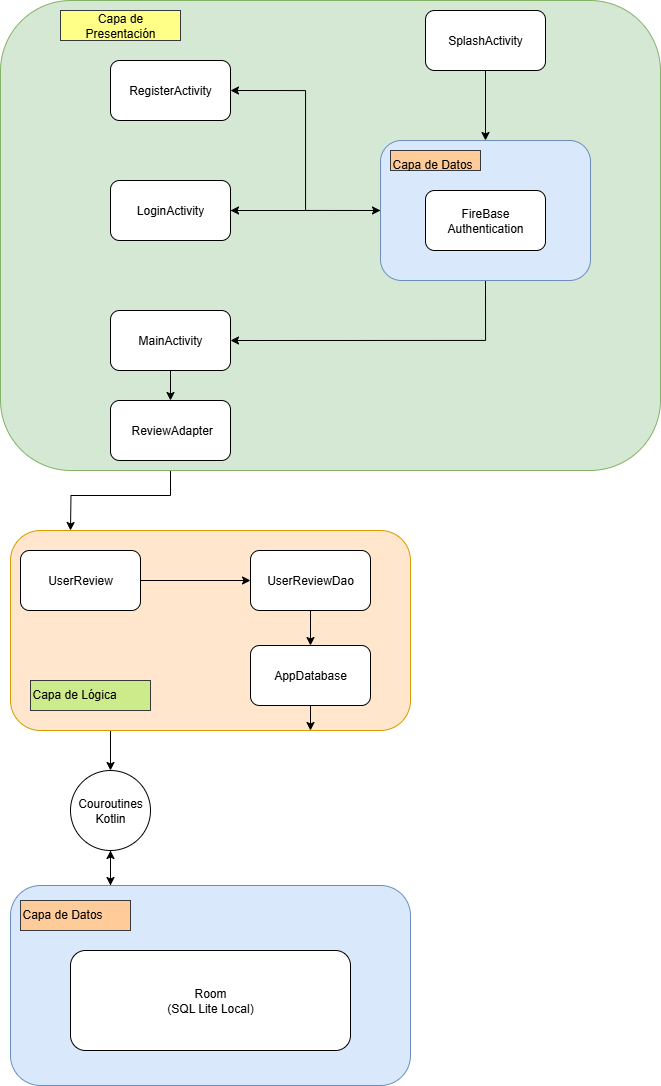
The draw.io diagram Diagrama De Clases/diagrama de arquitectura.png in marcosgb9/MyList, before a commit. Source tidied: cells renumbered, new cells last; positions are measured from the earlier drawing's top-left corner, leaving out a move shared by most shapes. Source of this version:
```xml
<mxGraphModel>
  <root>
    <mxCell id="0" />
    <mxCell id="1" parent="0" />
    <mxCell id="2" style="edgeStyle=orthogonalEdgeStyle;rounded=0;jettySize=auto;html=1;exitX=0.25;exitY=0;exitDx=0;exitDy=0;entryX=0.5;entryY=1;entryDx=0;entryDy=0;" parent="1" edge="1" source="3" target="13">
      <mxGeometry relative="1" as="geometry" />
    </mxCell>
    <mxCell id="3" style="rounded=1;whiteSpace=wrap;html=1;fillColor=#dae8fc;strokeColor=#6c8ebf;" parent="1" vertex="1">
      <mxGeometry x="10" y="885" width="400" height="200" as="geometry" />
    </mxCell>
    <mxCell id="4" style="edgeStyle=orthogonalEdgeStyle;rounded=0;jettySize=auto;html=1;exitX=0.25;exitY=1;exitDx=0;exitDy=0;entryX=0.5;entryY=0;entryDx=0;entryDy=0;" parent="1" edge="1" source="5" target="13">
      <mxGeometry relative="1" as="geometry" />
    </mxCell>
    <mxCell id="5" style="rounded=1;whiteSpace=wrap;html=1;fillColor=#ffe6cc;strokeColor=#d79b00;" parent="1" vertex="1">
      <mxGeometry x="10" y="530" width="400" height="200" as="geometry" />
    </mxCell>
    <mxCell id="6" style="edgeStyle=orthogonalEdgeStyle;rounded=0;jettySize=auto;html=1;exitX=1;exitY=0.5;exitDx=0;exitDy=0;entryX=0;entryY=0.5;entryDx=0;entryDy=0;" parent="1" edge="1" source="7" target="9">
      <mxGeometry relative="1" as="geometry" />
    </mxCell>
    <mxCell id="7" value="UserReview" style="rounded=1;whiteSpace=wrap;html=1;" parent="1" vertex="1">
      <mxGeometry x="20" y="550" width="120" height="60" as="geometry" />
    </mxCell>
    <mxCell id="8" style="edgeStyle=orthogonalEdgeStyle;rounded=0;jettySize=auto;html=1;entryX=0.5;entryY=0;entryDx=0;entryDy=0;" parent="1" edge="1" source="9" target="11">
      <mxGeometry relative="1" as="geometry" />
    </mxCell>
    <mxCell id="9" value="UserReviewDao" style="rounded=1;whiteSpace=wrap;html=1;" parent="1" vertex="1">
      <mxGeometry x="250" y="550" width="120" height="60" as="geometry" />
    </mxCell>
    <mxCell id="10" style="edgeStyle=orthogonalEdgeStyle;rounded=0;jettySize=auto;html=1;exitX=0.5;exitY=1;exitDx=0;exitDy=0;entryX=0.75;entryY=1;entryDx=0;entryDy=0;" parent="1" edge="1" source="11" target="5">
      <mxGeometry relative="1" as="geometry" />
    </mxCell>
    <mxCell id="11" value="AppDatabase" style="rounded=1;whiteSpace=wrap;html=1;" parent="1" vertex="1">
      <mxGeometry x="250" y="645" width="120" height="60" as="geometry" />
    </mxCell>
    <mxCell id="12" style="edgeStyle=orthogonalEdgeStyle;rounded=0;jettySize=auto;html=1;exitX=0.5;exitY=1;exitDx=0;exitDy=0;entryX=0.25;entryY=0;entryDx=0;entryDy=0;" parent="1" edge="1" source="13" target="3">
      <mxGeometry relative="1" as="geometry" />
    </mxCell>
    <mxCell id="13" value="Couroutines Kotlin" style="ellipse;whiteSpace=wrap;html=1;" parent="1" vertex="1">
      <mxGeometry x="70" y="770" width="80" height="80" as="geometry" />
    </mxCell>
    <mxCell id="14" value="Room&lt;div&gt;(SQL Lite Local)&lt;/div&gt;" style="rounded=1;whiteSpace=wrap;html=1;" parent="1" vertex="1">
      <mxGeometry x="70" y="950" width="280" height="100" as="geometry" />
    </mxCell>
    <mxCell id="15" style="edgeStyle=orthogonalEdgeStyle;rounded=0;jettySize=auto;html=1;exitX=0.5;exitY=1;exitDx=0;exitDy=0;" parent="1" edge="1" source="22">
      <mxGeometry relative="1" as="geometry">
        <mxPoint x="70" y="530" as="targetPoint" />
      </mxGeometry>
    </mxCell>
    <mxCell id="16" style="rounded=1;whiteSpace=wrap;html=1;fillColor=#d5e8d4;strokeColor=#82b366;" parent="1" vertex="1">
      <mxGeometry width="660" height="470" as="geometry" />
    </mxCell>
    <mxCell id="17" style="edgeStyle=orthogonalEdgeStyle;rounded=0;jettySize=auto;html=1;exitX=0.5;exitY=1;exitDx=0;exitDy=0;entryX=0.5;entryY=0;entryDx=0;entryDy=0;" parent="1" edge="1" source="18" target="28">
      <mxGeometry relative="1" as="geometry" />
    </mxCell>
    <mxCell id="18" value="SplashActivity" style="rounded=1;whiteSpace=wrap;html=1;" parent="1" vertex="1">
      <mxGeometry x="425" y="10" width="120" height="60" as="geometry" />
    </mxCell>
    <mxCell id="19" value="&lt;div&gt;RegisterActivity&lt;/div&gt;" style="rounded=1;whiteSpace=wrap;html=1;" parent="1" vertex="1">
      <mxGeometry x="110" y="60" width="120" height="60" as="geometry" />
    </mxCell>
    <mxCell id="20" style="edgeStyle=orthogonalEdgeStyle;rounded=0;jettySize=auto;html=1;exitX=0.5;exitY=1;exitDx=0;exitDy=0;entryX=0.5;entryY=0;entryDx=0;entryDy=0;" parent="1" edge="1" source="21" target="22">
      <mxGeometry relative="1" as="geometry" />
    </mxCell>
    <mxCell id="21" value="MainActivity" style="rounded=1;whiteSpace=wrap;html=1;" parent="1" vertex="1">
      <mxGeometry x="110" y="310" width="120" height="60" as="geometry" />
    </mxCell>
    <mxCell id="22" value="&amp;nbsp;ReviewAdapter" style="rounded=1;whiteSpace=wrap;html=1;" parent="1" vertex="1">
      <mxGeometry x="110" y="400" width="120" height="60" as="geometry" />
    </mxCell>
    <mxCell id="23" style="edgeStyle=orthogonalEdgeStyle;rounded=0;jettySize=auto;html=1;exitX=1;exitY=0.5;exitDx=0;exitDy=0;entryX=0;entryY=0.5;entryDx=0;entryDy=0;" parent="1" edge="1" source="24" target="28">
      <mxGeometry relative="1" as="geometry" />
    </mxCell>
    <mxCell id="24" value="LoginActivity" style="rounded=1;whiteSpace=wrap;html=1;" parent="1" vertex="1">
      <mxGeometry x="110" y="180" width="120" height="60" as="geometry" />
    </mxCell>
    <mxCell id="25" style="edgeStyle=orthogonalEdgeStyle;rounded=0;jettySize=auto;html=1;exitX=0.5;exitY=1;exitDx=0;exitDy=0;entryX=1;entryY=0.5;entryDx=0;entryDy=0;" parent="1" edge="1" source="28" target="21">
      <mxGeometry relative="1" as="geometry" />
    </mxCell>
    <mxCell id="26" style="edgeStyle=orthogonalEdgeStyle;rounded=0;jettySize=auto;html=1;exitX=0;exitY=0.5;exitDx=0;exitDy=0;entryX=1;entryY=0.5;entryDx=0;entryDy=0;" parent="1" edge="1" source="28" target="19">
      <mxGeometry relative="1" as="geometry" />
    </mxCell>
    <mxCell id="27" style="edgeStyle=orthogonalEdgeStyle;rounded=0;jettySize=auto;html=1;exitX=0;exitY=0.5;exitDx=0;exitDy=0;entryX=1;entryY=0.5;entryDx=0;entryDy=0;" parent="1" edge="1" source="28" target="24">
      <mxGeometry relative="1" as="geometry" />
    </mxCell>
    <mxCell id="28" style="rounded=1;whiteSpace=wrap;html=1;fillColor=#dae8fc;strokeColor=#6c8ebf;" parent="1" vertex="1">
      <mxGeometry x="380" y="140" width="210" height="140" as="geometry" />
    </mxCell>
    <mxCell id="29" value="Capa de Presentación" style="text;strokeColor=#36393d;align=center;fillColor=#ffff88;html=1;verticalAlign=middle;whiteSpace=wrap;rounded=0;" parent="1" vertex="1">
      <mxGeometry x="60" y="10" width="120" height="30" as="geometry" />
    </mxCell>
    <mxCell id="30" value="Capa de Lógica" style="text;whiteSpace=wrap;html=1;fillColor=#cdeb8b;strokeColor=#36393d;" parent="1" vertex="1">
      <mxGeometry x="30" y="680" width="120" height="30" as="geometry" />
    </mxCell>
    <mxCell id="31" value="Capa de Datos" style="text;whiteSpace=wrap;html=1;fillColor=#ffcc99;strokeColor=#36393d;" parent="1" vertex="1">
      <mxGeometry x="20" y="900" width="110" height="30" as="geometry" />
    </mxCell>
    <mxCell id="32" value="FireBase&lt;div&gt;Authentication&lt;/div&gt;" style="rounded=1;whiteSpace=wrap;html=1;" parent="1" vertex="1">
      <mxGeometry x="425" y="190" width="120" height="60" as="geometry" />
    </mxCell>
    <mxCell id="33" value="Capa de Datos" style="text;whiteSpace=wrap;html=1;fillColor=#ffcc99;strokeColor=#36393d;" parent="1" vertex="1">
      <mxGeometry x="390" y="150" width="90" height="20" as="geometry" />
    </mxCell>
  </root>
</mxGraphModel>
```
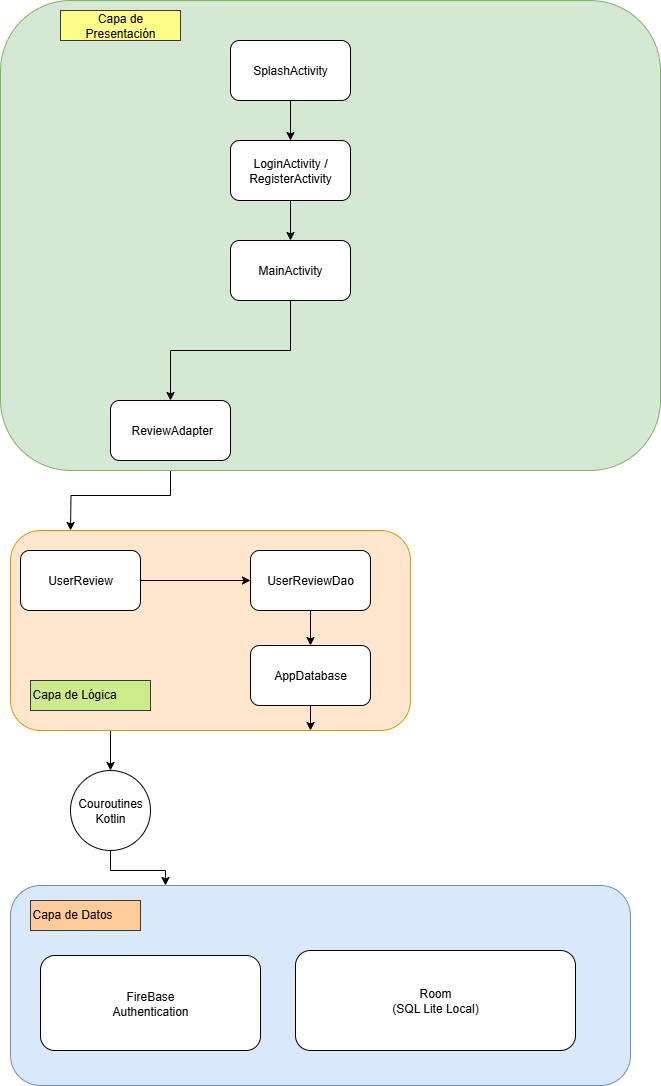
After the change.

The edit, as a diff of the source:
```diff
@@ -2,11 +2,8 @@
   <root>
     <mxCell id="0" />
     <mxCell id="1" parent="0" />
-    <mxCell id="2" style="edgeStyle=orthogonalEdgeStyle;rounded=0;jettySize=auto;html=1;exitX=0.25;exitY=0;exitDx=0;exitDy=0;entryX=0.5;entryY=1;entryDx=0;entryDy=0;" parent="1" edge="1" source="3" target="13">
-      <mxGeometry relative="1" as="geometry" />
-    </mxCell>
     <mxCell id="3" style="rounded=1;whiteSpace=wrap;html=1;fillColor=#dae8fc;strokeColor=#6c8ebf;" parent="1" vertex="1">
-      <mxGeometry x="10" y="885" width="400" height="200" as="geometry" />
+      <mxGeometry x="10" y="885" width="620" height="200" as="geometry" />
     </mxCell>
     <mxCell id="4" style="edgeStyle=orthogonalEdgeStyle;rounded=0;jettySize=auto;html=1;exitX=0.25;exitY=1;exitDx=0;exitDy=0;entryX=0.5;entryY=0;entryDx=0;entryDy=0;" parent="1" edge="1" source="5" target="13">
       <mxGeometry relative="1" as="geometry" />
@@ -39,7 +36,7 @@
       <mxGeometry x="70" y="770" width="80" height="80" as="geometry" />
     </mxCell>
     <mxCell id="14" value="Room&lt;div&gt;(SQL Lite Local)&lt;/div&gt;" style="rounded=1;whiteSpace=wrap;html=1;" parent="1" vertex="1">
-      <mxGeometry x="70" y="950" width="280" height="100" as="geometry" />
+      <mxGeometry x="295" y="950" width="280" height="100" as="geometry" />
     </mxCell>
     <mxCell id="15" style="edgeStyle=orthogonalEdgeStyle;rounded=0;jettySize=auto;html=1;exitX=0.5;exitY=1;exitDx=0;exitDy=0;" parent="1" edge="1" source="22">
       <mxGeometry relative="1" as="geometry">
@@ -49,42 +46,27 @@
     <mxCell id="16" style="rounded=1;whiteSpace=wrap;html=1;fillColor=#d5e8d4;strokeColor=#82b366;" parent="1" vertex="1">
       <mxGeometry width="660" height="470" as="geometry" />
     </mxCell>
-    <mxCell id="17" style="edgeStyle=orthogonalEdgeStyle;rounded=0;jettySize=auto;html=1;exitX=0.5;exitY=1;exitDx=0;exitDy=0;entryX=0.5;entryY=0;entryDx=0;entryDy=0;" parent="1" edge="1" source="18" target="28">
-      <mxGeometry relative="1" as="geometry" />
-    </mxCell>
+    <mxCell id="34" style="edgeStyle=orthogonalEdgeStyle;rounded=0;jettySize=auto;html=1;exitX=0.5;exitY=1;exitDx=0;exitDy=0;" parent="1" edge="1" source="18" target="24">
+      <mxGeometry relative="1" as="geometry" />
+    </mxCell>
     <mxCell id="18" value="SplashActivity" style="rounded=1;whiteSpace=wrap;html=1;" parent="1" vertex="1">
-      <mxGeometry x="425" y="10" width="120" height="60" as="geometry" />
+      <mxGeometry x="230" y="40" width="120" height="60" as="geometry" />
     </mxCell>
-    <mxCell id="19" value="&lt;div&gt;RegisterActivity&lt;/div&gt;" style="rounded=1;whiteSpace=wrap;html=1;" parent="1" vertex="1">
-      <mxGeometry x="110" y="60" width="120" height="60" as="geometry" />
-    </mxCell>
     <mxCell id="20" style="edgeStyle=orthogonalEdgeStyle;rounded=0;jettySize=auto;html=1;exitX=0.5;exitY=1;exitDx=0;exitDy=0;entryX=0.5;entryY=0;entryDx=0;entryDy=0;" parent="1" edge="1" source="21" target="22">
       <mxGeometry relative="1" as="geometry" />
     </mxCell>
     <mxCell id="21" value="MainActivity" style="rounded=1;whiteSpace=wrap;html=1;" parent="1" vertex="1">
-      <mxGeometry x="110" y="310" width="120" height="60" as="geometry" />
+      <mxGeometry x="230" y="240" width="120" height="60" as="geometry" />
     </mxCell>
     <mxCell id="22" value="&amp;nbsp;ReviewAdapter" style="rounded=1;whiteSpace=wrap;html=1;" parent="1" vertex="1">
       <mxGeometry x="110" y="400" width="120" height="60" as="geometry" />
     </mxCell>
-    <mxCell id="23" style="edgeStyle=orthogonalEdgeStyle;rounded=0;jettySize=auto;html=1;exitX=1;exitY=0.5;exitDx=0;exitDy=0;entryX=0;entryY=0.5;entryDx=0;entryDy=0;" parent="1" edge="1" source="24" target="28">
-      <mxGeometry relative="1" as="geometry" />
-    </mxCell>
+    <mxCell id="35" style="edgeStyle=orthogonalEdgeStyle;rounded=0;jettySize=auto;html=1;exitX=0.5;exitY=1;exitDx=0;exitDy=0;entryX=0.5;entryY=0;entryDx=0;entryDy=0;" parent="1" edge="1" source="24" target="21">
+      <mxGeometry relative="1" as="geometry" />
+    </mxCell>
-    <mxCell id="24" value="LoginActivity" style="rounded=1;whiteSpace=wrap;html=1;" parent="1" vertex="1">
-      <mxGeometry x="110" y="180" width="120" height="60" as="geometry" />
+    <mxCell id="24" value="LoginActivity / RegisterActivity" style="rounded=1;whiteSpace=wrap;html=1;" parent="1" vertex="1">
+      <mxGeometry x="230" y="140" width="120" height="60" as="geometry" />
     </mxCell>
-    <mxCell id="25" style="edgeStyle=orthogonalEdgeStyle;rounded=0;jettySize=auto;html=1;exitX=0.5;exitY=1;exitDx=0;exitDy=0;entryX=1;entryY=0.5;entryDx=0;entryDy=0;" parent="1" edge="1" source="28" target="21">
-      <mxGeometry relative="1" as="geometry" />
-    </mxCell>
-    <mxCell id="26" style="edgeStyle=orthogonalEdgeStyle;rounded=0;jettySize=auto;html=1;exitX=0;exitY=0.5;exitDx=0;exitDy=0;entryX=1;entryY=0.5;entryDx=0;entryDy=0;" parent="1" edge="1" source="28" target="19">
-      <mxGeometry relative="1" as="geometry" />
-    </mxCell>
-    <mxCell id="27" style="edgeStyle=orthogonalEdgeStyle;rounded=0;jettySize=auto;html=1;exitX=0;exitY=0.5;exitDx=0;exitDy=0;entryX=1;entryY=0.5;entryDx=0;entryDy=0;" parent="1" edge="1" source="28" target="24">
-      <mxGeometry relative="1" as="geometry" />
-    </mxCell>
-    <mxCell id="28" style="rounded=1;whiteSpace=wrap;html=1;fillColor=#dae8fc;strokeColor=#6c8ebf;" parent="1" vertex="1">
-      <mxGeometry x="380" y="140" width="210" height="140" as="geometry" />
-    </mxCell>
     <mxCell id="29" value="Capa de Presentación" style="text;strokeColor=#36393d;align=center;fillColor=#ffff88;html=1;verticalAlign=middle;whiteSpace=wrap;rounded=0;" parent="1" vertex="1">
       <mxGeometry x="60" y="10" width="120" height="30" as="geometry" />
     </mxCell>
@@ -92,13 +74,10 @@
       <mxGeometry x="30" y="680" width="120" height="30" as="geometry" />
     </mxCell>
     <mxCell id="31" value="Capa de Datos" style="text;whiteSpace=wrap;html=1;fillColor=#ffcc99;strokeColor=#36393d;" parent="1" vertex="1">
-      <mxGeometry x="20" y="900" width="110" height="30" as="geometry" />
+      <mxGeometry x="30" y="900" width="110" height="30" as="geometry" />
     </mxCell>
     <mxCell id="32" value="FireBase&lt;div&gt;Authentication&lt;/div&gt;" style="rounded=1;whiteSpace=wrap;html=1;" parent="1" vertex="1">
-      <mxGeometry x="425" y="190" width="120" height="60" as="geometry" />
+      <mxGeometry x="40" y="955" width="220" height="95" as="geometry" />
     </mxCell>
-    <mxCell id="33" value="Capa de Datos" style="text;whiteSpace=wrap;html=1;fillColor=#ffcc99;strokeColor=#36393d;" parent="1" vertex="1">
-      <mxGeometry x="390" y="150" width="90" height="20" as="geometry" />
-    </mxCell>
   </root>
 </mxGraphModel>
```
